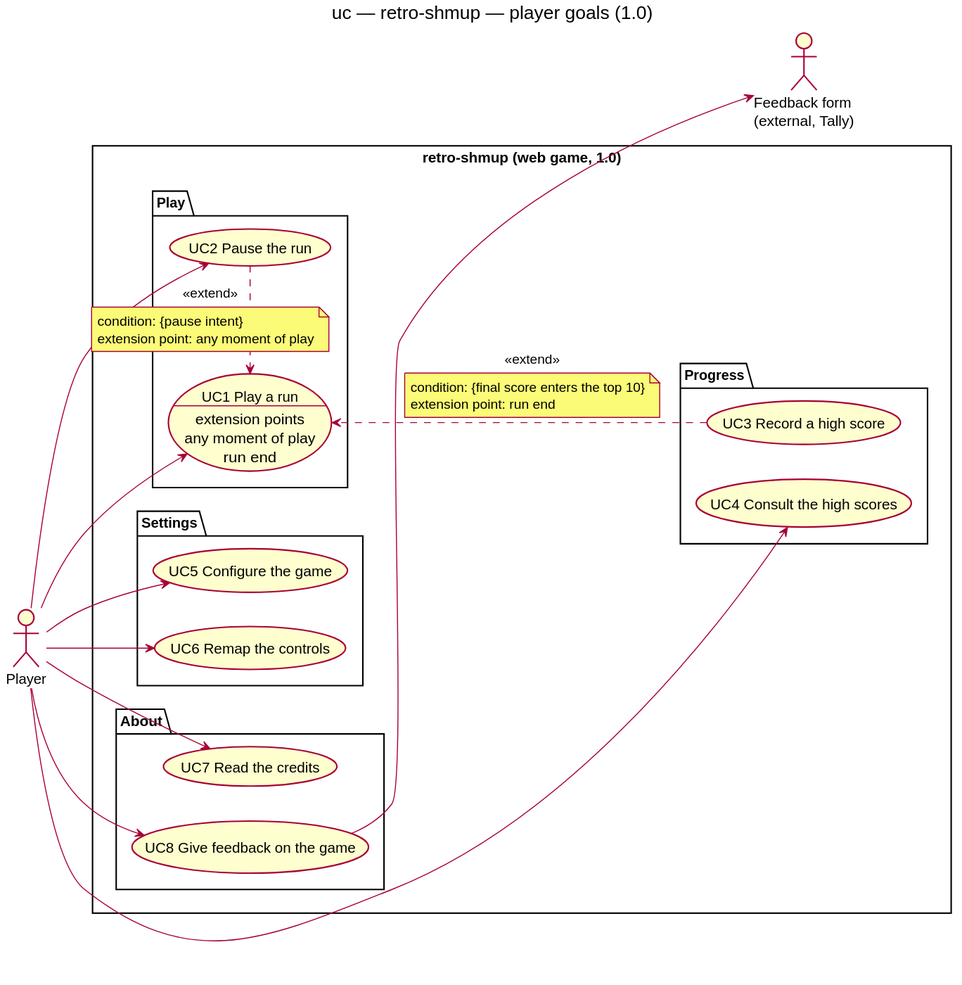
Earlier version of the PlantUML export docs/architecture/diagrams/system/01-use-case.svg (benoit-bremaud/retro-shmup).
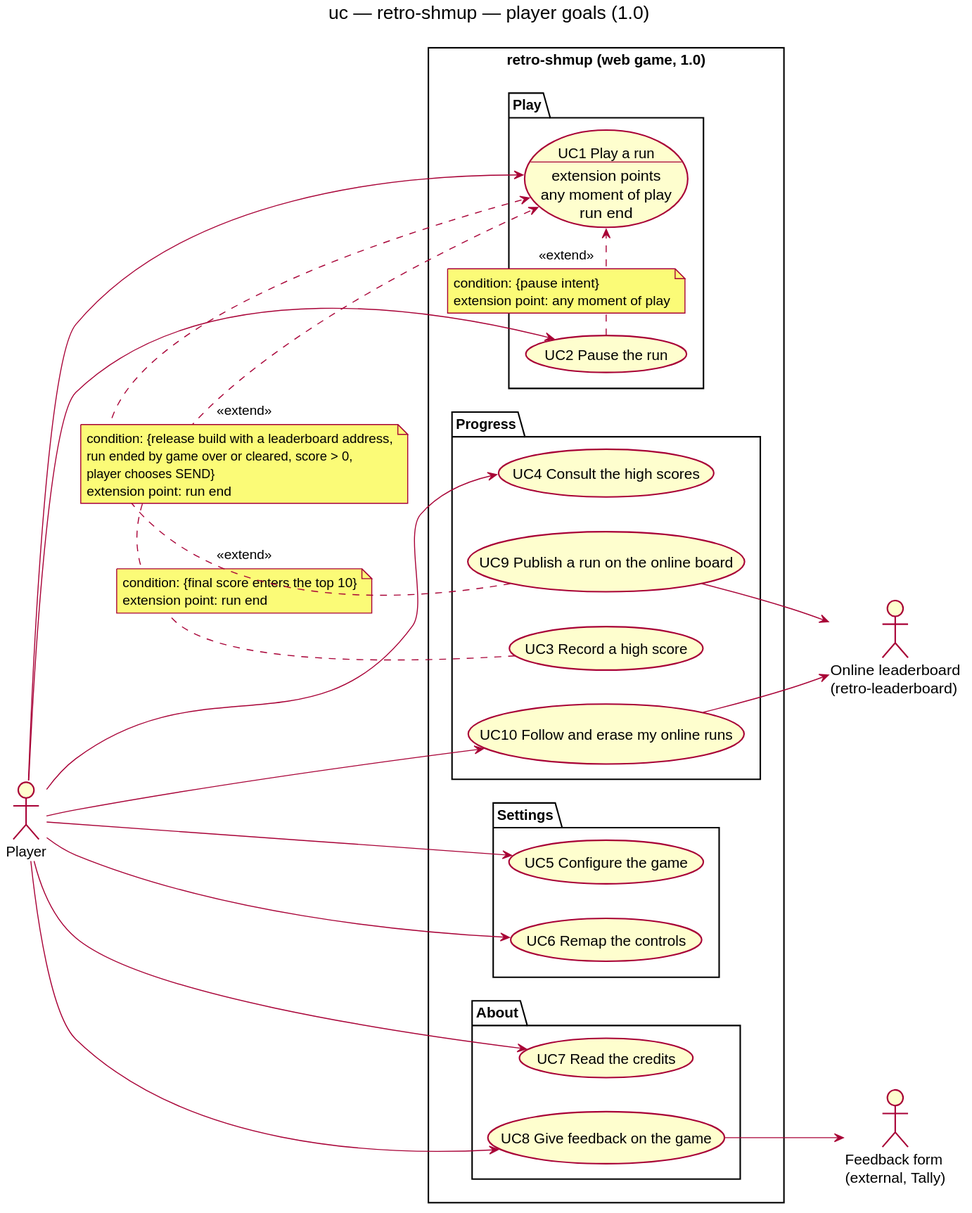
After the commit.

The edit, as a diff of the source:
```diff
@@ -5,6 +5,7 @@
 
 actor "Player" as Player
 actor "Feedback form\n(external, Tally)" as FeedbackForm
+actor "Online leaderboard\n(retro-leaderboard)" as Leaderboard
 
 rectangle "retro-shmup (web game, 1.0)" {
   package "Play" {
@@ -18,6 +19,8 @@
   package "Progress" {
     usecase "UC3 Record a high score" as UC3
     usecase "UC4 Consult the high scores" as UC4
+    usecase "UC9 Publish a run on the online board" as UC9
+    usecase "UC10 Follow and erase my online runs" as UC10
   }
   package "Settings" {
     usecase "UC5 Configure the game" as UC5
@@ -36,7 +39,10 @@
 Player --> UC6
 Player --> UC7
 Player --> UC8
+Player --> UC10
 UC8 --> FeedbackForm
+UC9 --> Leaderboard
+UC10 --> Leaderboard
 
 UC2 -[hidden]- UC3
 
@@ -50,4 +56,11 @@
   condition: {final score enters the top 10}
   extension point: run end
 end note
+UC9 .> UC1 : <<extend>>
+note on link
+  condition: {release build with a leaderboard address,
+  run ended by game over or cleared, score > 0,
+  player chooses SEND}
+  extension point: run end
+end note
 @enduml
```
